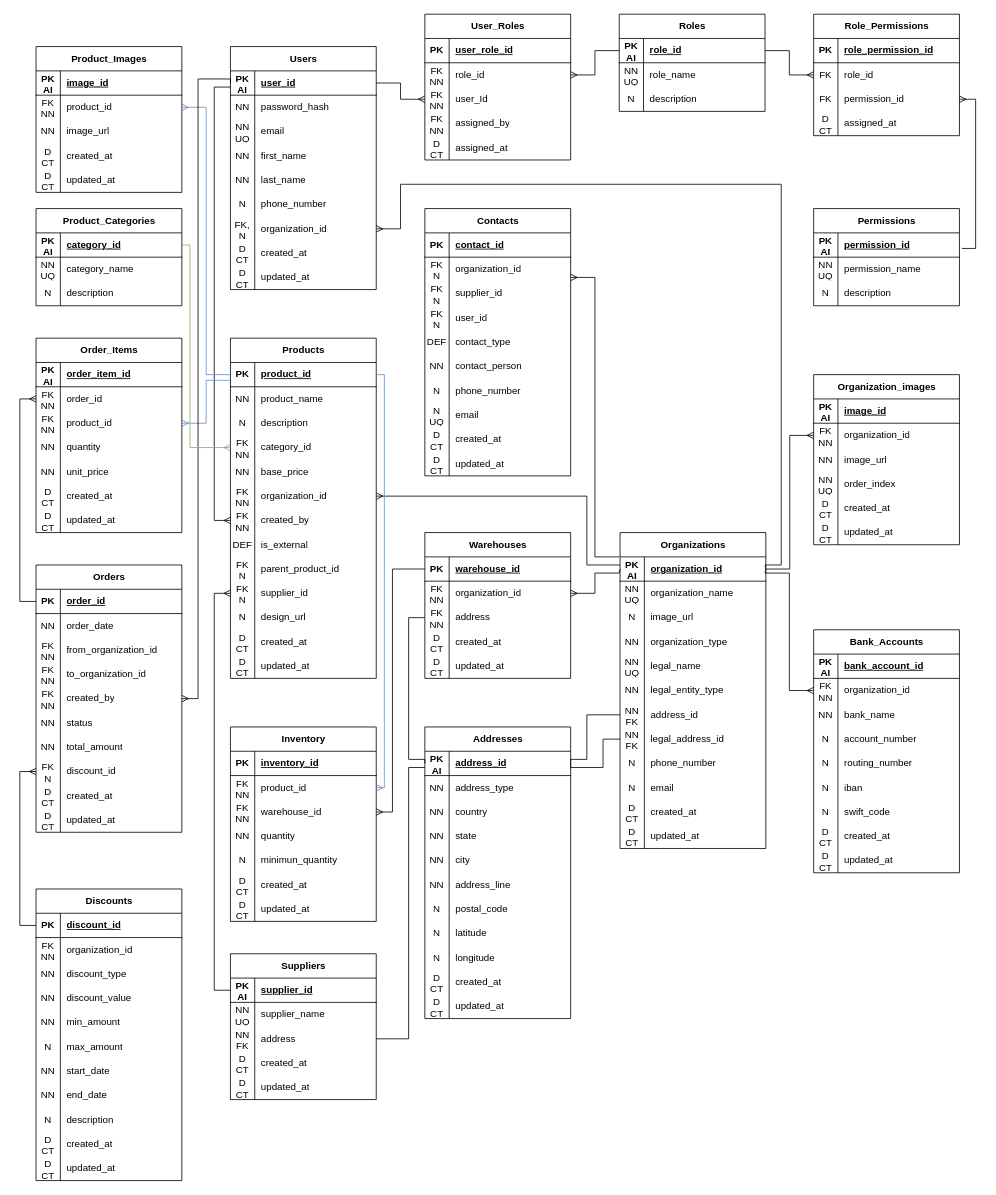
Earlier version of the draw.io diagram diagram/Диаграмма без названия.drawio (arsen1234567/erp). Source tidied: cells renumbered, new cells numbered last; positions are measured from the earlier drawing's top-left corner, leaving out a move shared by most shapes. Both pictures are drawn from the tidied source at 81%, with x=0, y=0 at pixel (36, 14).
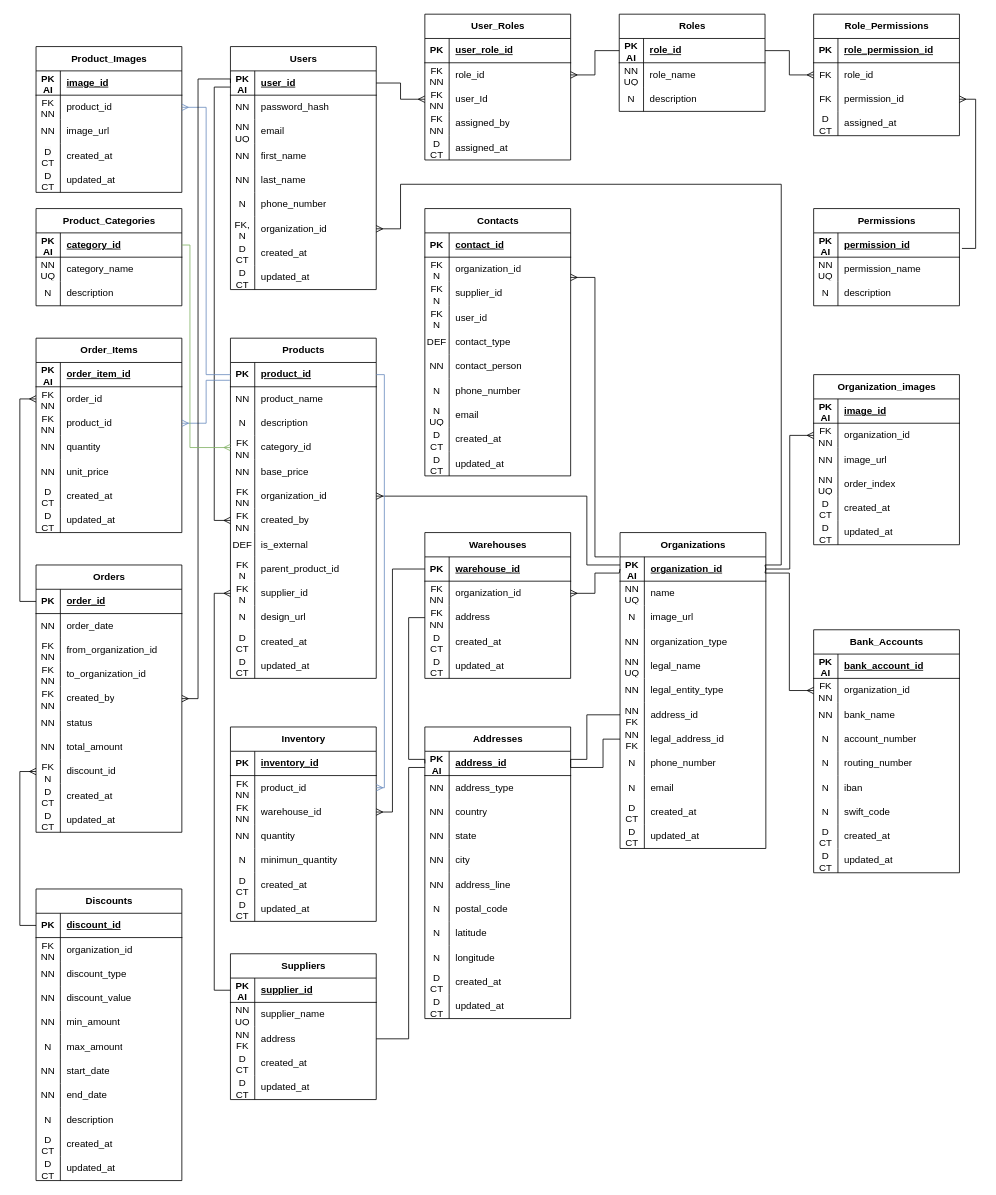
After the change.

The change refers to these unchanged cells:
```xml
<mxCell id="149" style="shape=tableRow;horizontal=0;startSize=0;swimlaneHead=0;swimlaneBody=0;fillColor=none;top=0;left=0;right=0;bottom=0;" parent="145" vertex="1">
  <mxGeometry y="60" width="180" height="30" as="geometry" />
</mxCell>
```

Change to the diagram source:
```diff
@@
-    <mxCell id="151" value="organization_name" style="shape=partialRectangle;fillColor=none;top=0;left=0;bottom=0;right=0;align=left;spacingLeft=6;overflow=hidden;whiteSpace=wrap;html=1;" parent="149" vertex="1">
+    <mxCell id="151" value="&lt;div&gt;name&lt;br&gt;&lt;/div&gt;" style="shape=partialRectangle;fillColor=none;top=0;left=0;bottom=0;right=0;align=left;spacingLeft=6;overflow=hidden;whiteSpace=wrap;html=1;" parent="149" vertex="1">
       <mxGeometry x="30" width="150" height="30" as="geometry" />
     </mxCell>
```
